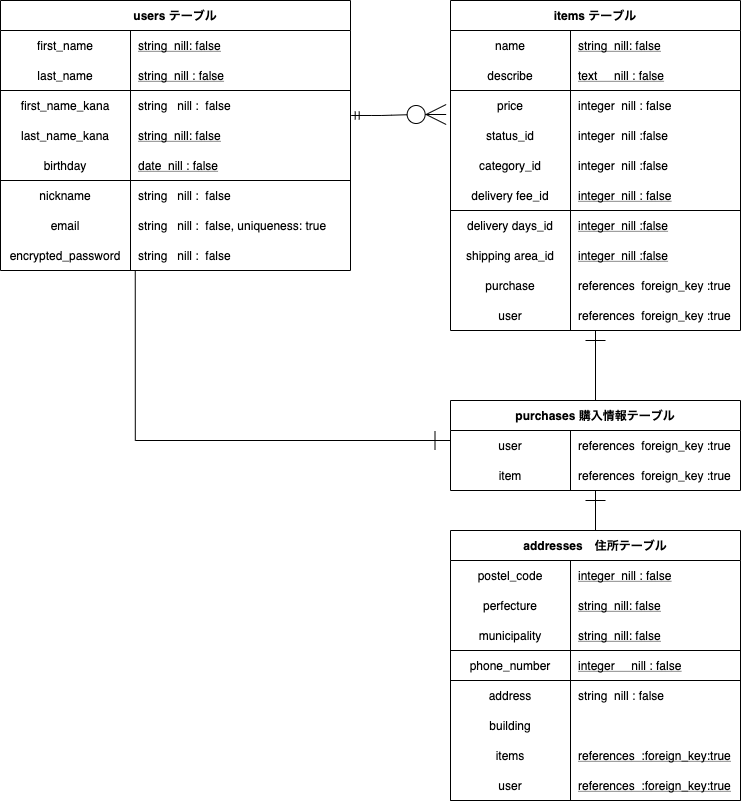
Before: ER_map.drawio.png, a diagram exported from draw.io (zerechi-m/furima-34474). Source tidied: cells renumbered, new cells last; positions are measured from the earlier drawing's top-left corner, leaving out a move shared by most shapes.
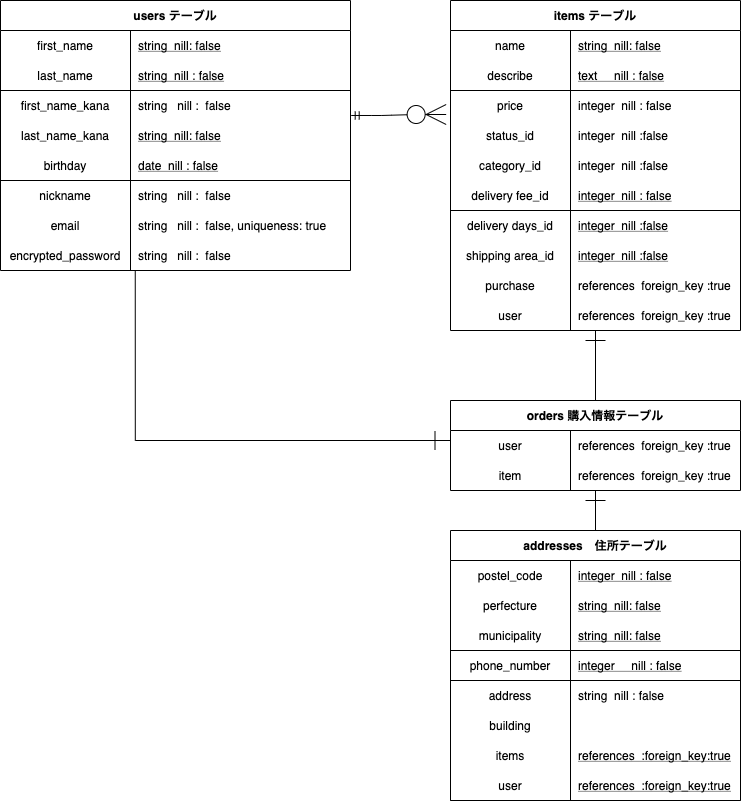
After the commit.

Commit message:
テーブル名の変更

What changed in the source:
```diff
@@ -263,7 +263,7 @@
     <mxCell id="86" style="edgeStyle=none;rounded=1;jettySize=auto;html=1;exitX=0.5;exitY=0;exitDx=0;exitDy=0;startSize=9;endArrow=ERone;endFill=0;endSize=18;strokeWidth=1;fontColor=#f0f0f0;" parent="1" edge="1" source="87" target="55">
       <mxGeometry relative="1" as="geometry" />
     </mxCell>
-    <mxCell id="87" value="purchases 購入情報テーブル" style="shape=table;startSize=30;rowLines=0;fontStyle=1;align=center;" parent="1" vertex="1">
+    <mxCell id="87" value="orders 購入情報テーブル" style="shape=table;startSize=30;rowLines=0;fontStyle=1;align=center;" parent="1" vertex="1">
       <mxGeometry x="450" y="400" width="290" height="90" as="geometry" />
     </mxCell>
     <mxCell id="88" style="shape=partialRectangle;fillColor=none;top=0;left=0;bottom=0;right=0;" parent="87" vertex="1">
```
